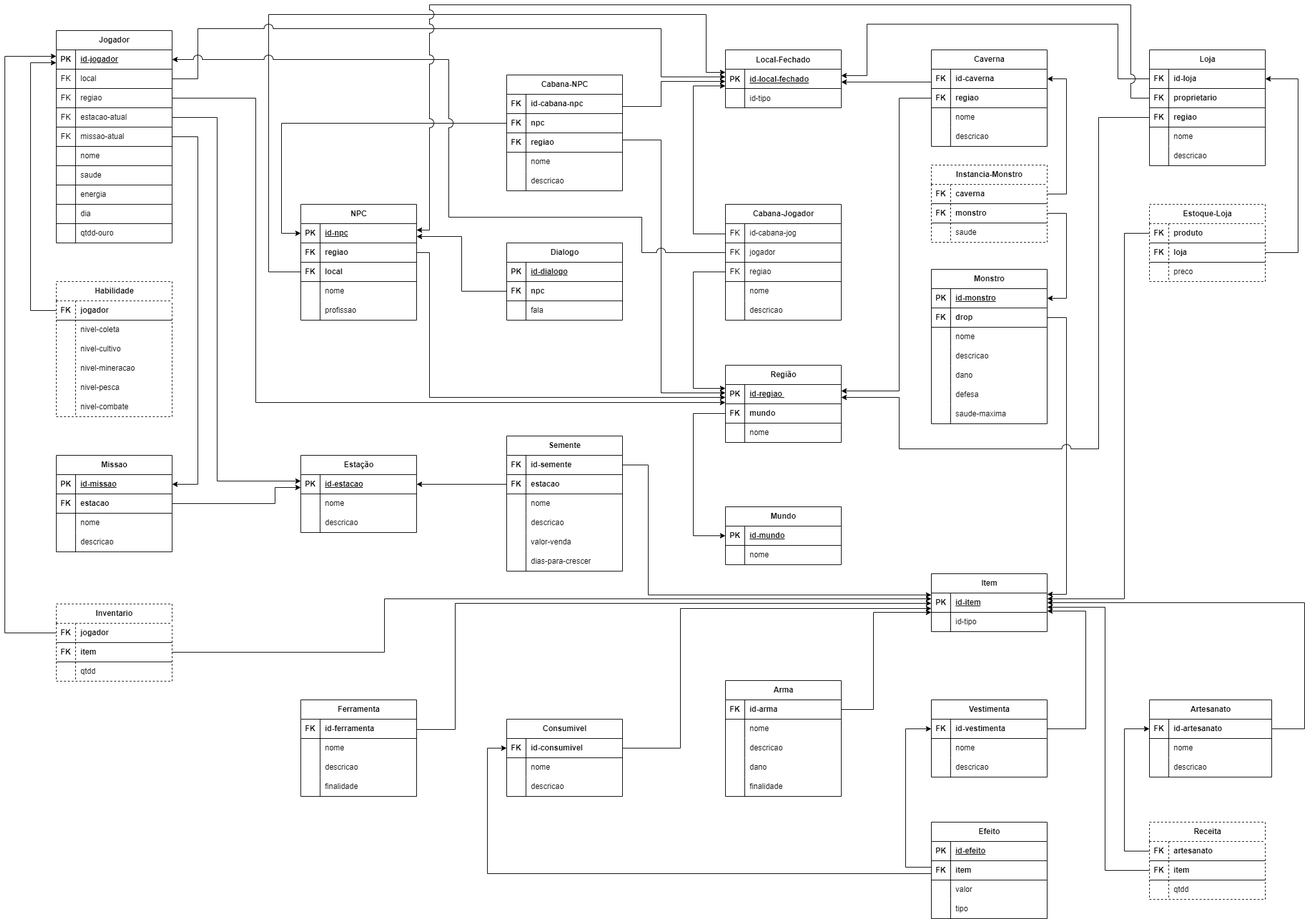
SBD1/2023.2-Grupo01-StardewValley keeps this draw.io diagram as imagens/MREL_stardew_valley_v2.2.png. Above is the earlier version. Source tidied: cells renumbered, new cells last; positions are measured from the earlier drawing's top-left corner, leaving out a move shared by most shapes.
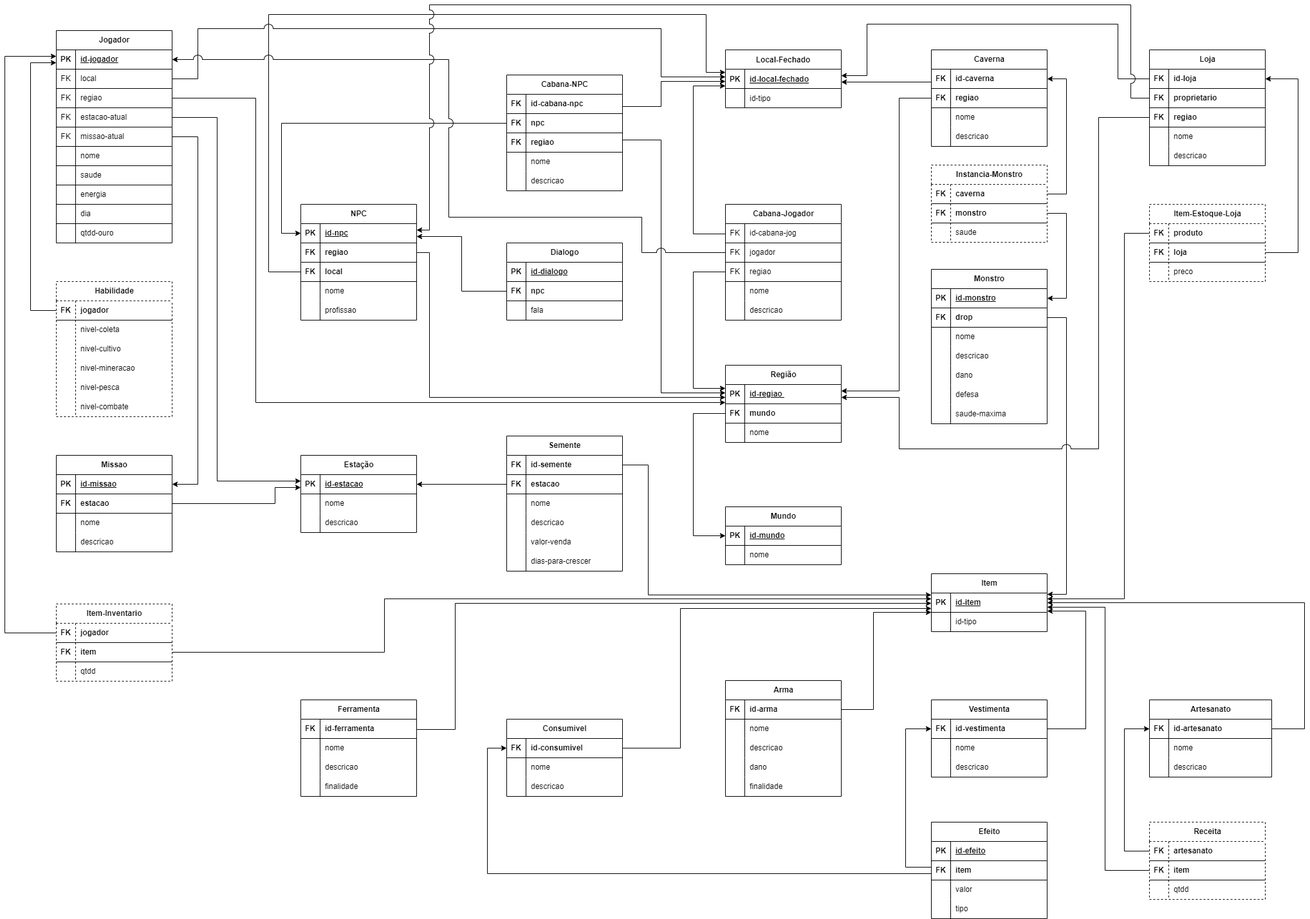
Above is the later version.

What changed in the source:
```diff
@@ -666,7 +666,7 @@
         </Array>
       </mxGeometry>
     </mxCell>
-    <mxCell id="216" value="Inventario" style="shape=table;startSize=30;rowLines=0;fontStyle=1;align=center;html=1;dashed=1;" parent="1" vertex="1">
+    <mxCell id="216" value="Item-Inventario" style="shape=table;startSize=30;rowLines=0;fontStyle=1;align=center;html=1;dashed=1;" parent="1" vertex="1">
       <mxGeometry x="80" y="931" width="180" height="120" as="geometry" />
     </mxCell>
     <mxCell id="217" style="shape=tableRow;horizontal=0;startSize=0;swimlaneHead=0;swimlaneBody=0;fillColor=none;points=[[0,0.5],[1,0.5]];portConstraint=eastwest;top=0;left=0;right=0;bottom=1;" parent="216" vertex="1">
@@ -756,7 +756,7 @@
         </Array>
       </mxGeometry>
     </mxCell>
-    <mxCell id="238" value="Estoque-Loja" style="shape=table;startSize=30;rowLines=0;fontStyle=1;align=center;html=1;dashed=1;" parent="1" vertex="1">
+    <mxCell id="238" value="Item-Estoque-Loja" style="shape=table;startSize=30;rowLines=0;fontStyle=1;align=center;html=1;dashed=1;" parent="1" vertex="1">
       <mxGeometry x="1779" y="310" width="180" height="120" as="geometry" />
     </mxCell>
     <mxCell id="239" style="shape=tableRow;horizontal=0;startSize=0;swimlaneHead=0;swimlaneBody=0;fillColor=none;points=[[0,0.5],[1,0.5]];portConstraint=eastwest;top=0;left=0;right=0;bottom=1;" parent="238" vertex="1">
```
